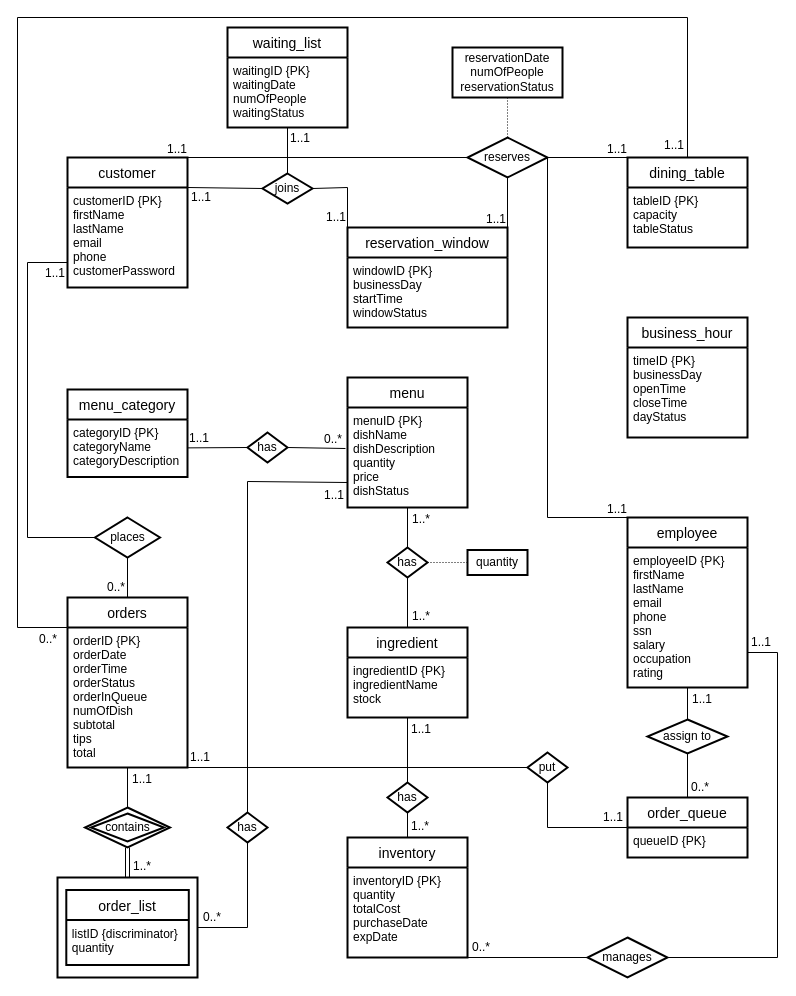
Before: restaurant_ERD.drawio in xbwkkwz/ds5110_project_restaurant, a draw.io diagram. Source tidied: cells renumbered, new cells numbered last; positions are measured from the earlier drawing's top-left corner, leaving out a move shared by most shapes. Both pictures are drawn from the tidied source at 100%, with x=0, y=0 at pixel (17, 17).
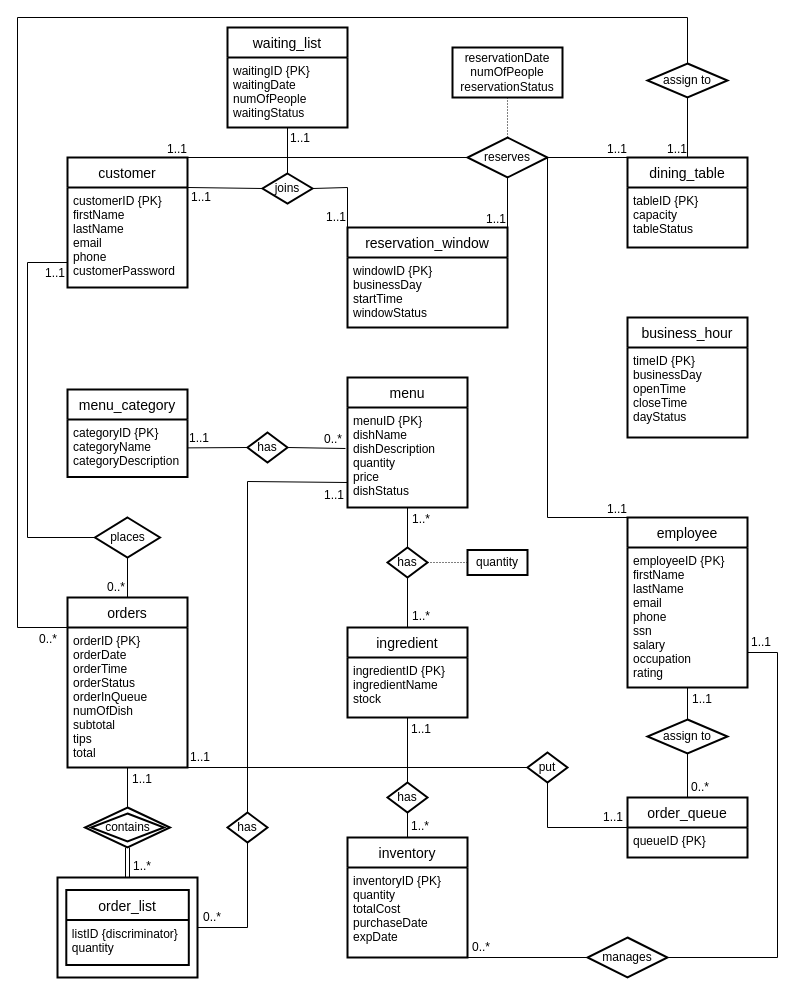
Above is the later version.

The change refers to these unchanged cells:
```xml
<mxCell id="12" value="dining_table" style="swimlane;horizontal=1;startSize=30;rounded=0;fontSize=14;fontStyle=0;strokeWidth=2;shadow=0;dashed=0;align=center;" parent="1" vertex="1">
  <mxGeometry x="610" y="140" width="120" height="90" as="geometry" />
</mxCell>
```

The edit, as a diff of the source:
```diff
@@
-    <mxCell id="93" style="endArrow=none;html=1;rounded=0;exitX=0;exitY=0.5;exitDx=0;exitDy=0;entryX=0.5;entryY=0;entryDx=0;entryDy=0;" parent="1" edge="1" target="12">
+    <mxCell id="93" style="endArrow=none;html=1;rounded=0;exitX=0;exitY=0.5;exitDx=0;exitDy=0;entryX=0.5;entryY=0;entryDx=0;entryDy=0;" parent="1" edge="1" target="98">
       <mxGeometry relative="1" as="geometry">
         <mxPoint x="50" y="610" as="sourcePoint" />
         <Array as="points">
           <mxPoint y="610" />
           <mxPoint />
           <mxPoint x="670" />
         </Array>
       </mxGeometry>
     </mxCell>
-    <mxCell id="94" value="1..1" style="html=1;align=right;verticalAlign=bottom;rounded=0;strokeWidth=2;fillColor=none;" parent="93" vertex="1">
-      <mxGeometry x="1" relative="1" as="geometry">
-        <mxPoint x="-3" y="-4" as="offset" />
-      </mxGeometry>
-    </mxCell>
@@
+    <mxCell id="98" value="assign to" style="shape=rhombus;perimeter=rhombusPerimeter;whiteSpace=wrap;html=1;align=center;rounded=0;strokeWidth=2;fillColor=none;" parent="1" vertex="1">
+      <mxGeometry x="630" y="46" width="80" height="34" as="geometry" />
+    </mxCell>
+    <mxCell id="99" style="endArrow=none;html=1;rounded=0;exitX=0.5;exitY=1;exitDx=0;exitDy=0;entryX=0.5;entryY=0;entryDx=0;entryDy=0;" parent="1" edge="1" source="98" target="12">
+      <mxGeometry relative="1" as="geometry" />
+    </mxCell>
+    <mxCell id="94" value="1..1" style="html=1;align=right;verticalAlign=bottom;" parent="99" vertex="1">
+      <mxGeometry x="1" relative="1" as="geometry" />
+    </mxCell>
```
